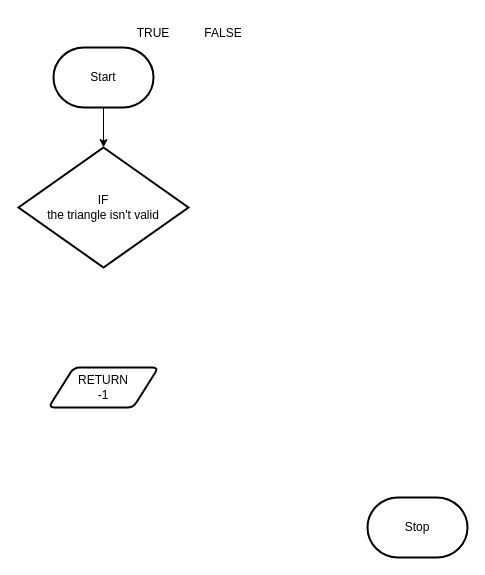
Earlier version of the draw.io diagram design/design.drawio (sam-corbett/ICS4U-Assignment-3). Source tidied: cells renumbered, new cells numbered last; positions are measured from the earlier drawing's top-left corner, leaving out a move shared by most shapes. Both pictures are drawn from the tidied source at 100%, with x=0, y=0 at pixel (18, 17).
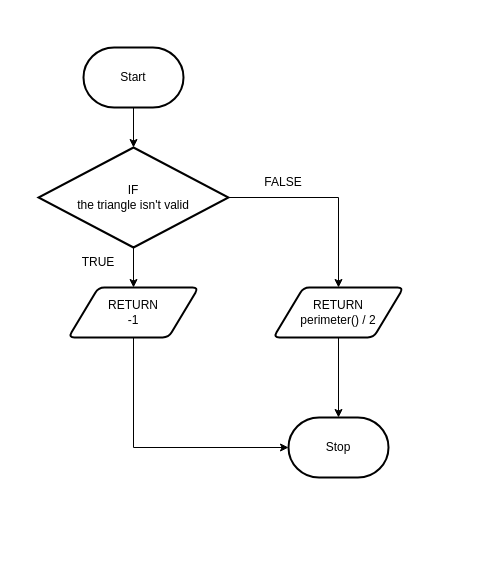
Above is the later version.

Diff of the diagram source:
```diff
@@
 <mxGraphModel>
   <root>
     <mxCell id="0" />
     <mxCell id="1" parent="0" />
-    <mxCell id="2" style="edgeStyle=none;html=1;exitX=0.5;exitY=1;exitDx=0;exitDy=0;exitPerimeter=0;entryX=0.5;entryY=0;entryDx=0;entryDy=0;entryPerimeter=0;" parent="1" edge="1" source="3" target="6">
+    <mxCell id="2" style="edgeStyle=orthogonalEdgeStyle;rounded=0;html=1;exitX=0.5;exitY=1;exitDx=0;exitDy=0;exitPerimeter=0;entryX=0.5;entryY=0;entryDx=0;entryDy=0;entryPerimeter=0;" parent="1" edge="1" source="3" target="6">
       <mxGeometry relative="1" as="geometry" />
     </mxCell>
     <mxCell id="3" value="Start" style="strokeWidth=2;html=1;shape=mxgraph.flowchart.terminator;whiteSpace=wrap;" parent="1" vertex="1">
-      <mxGeometry x="35" y="30" width="100" height="60" as="geometry" />
+      <mxGeometry x="65" y="30" width="100" height="60" as="geometry" />
     </mxCell>
     <mxCell id="4" value="Stop" style="strokeWidth=2;html=1;shape=mxgraph.flowchart.terminator;whiteSpace=wrap;" parent="1" vertex="1">
-      <mxGeometry x="349" y="480" width="100" height="60" as="geometry" />
+      <mxGeometry x="270" y="400" width="100" height="60" as="geometry" />
     </mxCell>
+    <mxCell id="9" style="edgeStyle=orthogonalEdgeStyle;rounded=0;html=1;exitX=0.5;exitY=1;exitDx=0;exitDy=0;exitPerimeter=0;entryX=0.5;entryY=0;entryDx=0;entryDy=0;" parent="1" edge="1" source="6" target="5">
+      <mxGeometry relative="1" as="geometry" />
+    </mxCell>
+    <mxCell id="10" style="edgeStyle=orthogonalEdgeStyle;rounded=0;html=1;exitX=1;exitY=0.5;exitDx=0;exitDy=0;exitPerimeter=0;entryX=0.5;entryY=0;entryDx=0;entryDy=0;" parent="1" edge="1" source="6" target="13">
+      <mxGeometry relative="1" as="geometry" />
+    </mxCell>
+    <mxCell id="6" value="IF&lt;br&gt;the triangle isn't valid" style="strokeWidth=2;html=1;shape=mxgraph.flowchart.decision;whiteSpace=wrap;" parent="1" vertex="1">
+      <mxGeometry x="20" y="130" width="190" height="100" as="geometry" />
+    </mxCell>
+    <mxCell id="11" style="edgeStyle=orthogonalEdgeStyle;rounded=0;html=1;exitX=0.5;exitY=1;exitDx=0;exitDy=0;entryX=0;entryY=0.5;entryDx=0;entryDy=0;entryPerimeter=0;" parent="1" edge="1" source="5" target="4">
+      <mxGeometry relative="1" as="geometry" />
+    </mxCell>
     <mxCell id="5" value="RETURN&lt;br&gt;-1" style="shape=parallelogram;html=1;strokeWidth=2;perimeter=parallelogramPerimeter;whiteSpace=wrap;rounded=1;arcSize=12;size=0.23;" parent="1" vertex="1">
-      <mxGeometry x="30" y="350" width="110" height="40" as="geometry" />
+      <mxGeometry x="50" y="270" width="130" height="50" as="geometry" />
     </mxCell>
-    <mxCell id="6" value="IF&lt;br&gt;the triangle isn't valid" style="strokeWidth=2;html=1;shape=mxgraph.flowchart.decision;whiteSpace=wrap;" parent="1" vertex="1">
-      <mxGeometry y="130" width="170" height="120" as="geometry" />
-    </mxCell>
+    <mxCell id="12" style="edgeStyle=orthogonalEdgeStyle;rounded=0;html=1;exitX=0.5;exitY=1;exitDx=0;exitDy=0;" parent="1" edge="1" source="13" target="4">
+      <mxGeometry relative="1" as="geometry" />
+    </mxCell>
+    <mxCell id="13" value="RETURN&lt;br&gt;perimeter() / 2" style="shape=parallelogram;html=1;strokeWidth=2;perimeter=parallelogramPerimeter;whiteSpace=wrap;rounded=1;arcSize=12;size=0.23;" parent="1" vertex="1">
+      <mxGeometry x="255" y="270" width="130" height="50" as="geometry" />
+    </mxCell>
-    <mxCell id="7" value="&lt;font style=&quot;font-size: 12px;&quot;&gt;TRUE&lt;/font&gt;" style="text;html=1;strokeColor=none;fillColor=none;align=center;verticalAlign=middle;whiteSpace=wrap;rounded=0;fontSize=14;" parent="1" vertex="1">
-      <mxGeometry x="105" width="60" height="30" as="geometry" />
+    <mxCell id="7" value="TRUE" style="text;html=1;strokeColor=none;fillColor=none;align=center;verticalAlign=middle;whiteSpace=wrap;rounded=0;" parent="1" vertex="1">
+      <mxGeometry x="50" y="230" width="60" height="30" as="geometry" />
     </mxCell>
-    <mxCell id="8" value="&lt;font style=&quot;font-size: 12px;&quot;&gt;FALSE&lt;/font&gt;" style="text;html=1;strokeColor=none;fillColor=none;align=center;verticalAlign=middle;whiteSpace=wrap;rounded=0;fontSize=14;" parent="1" vertex="1">
-      <mxGeometry x="175" width="60" height="30" as="geometry" />
+    <mxCell id="8" value="FALSE" style="text;html=1;strokeColor=none;fillColor=none;align=center;verticalAlign=middle;whiteSpace=wrap;rounded=0;" parent="1" vertex="1">
+      <mxGeometry x="235" y="150" width="60" height="30" as="geometry" />
     </mxCell>
   </root>
 </mxGraphModel>
```
